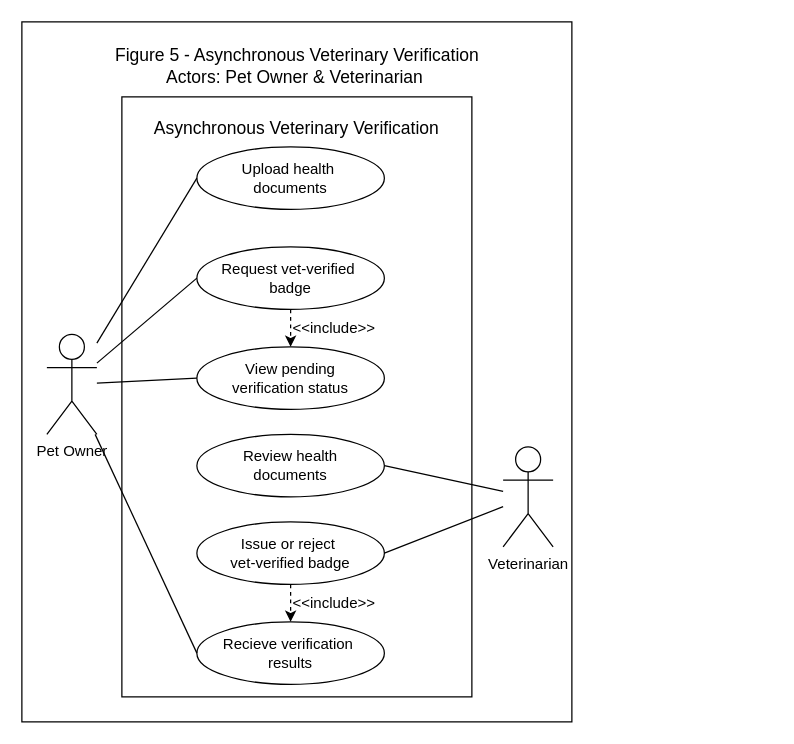
Above: page "fig-5" (5 of 10) of USE-CASE_Diagram_Franco.drawio in Chels013/Breedr-Diagrams (draw.io), before the change. Source tidied: cells renumbered, new cells numbered last; positions are measured from the earlier drawing's top-left corner, leaving out a move shared by most shapes. Both pictures are drawn from the tidied source at 125%, with x=0, y=0 at pixel (21, 21).
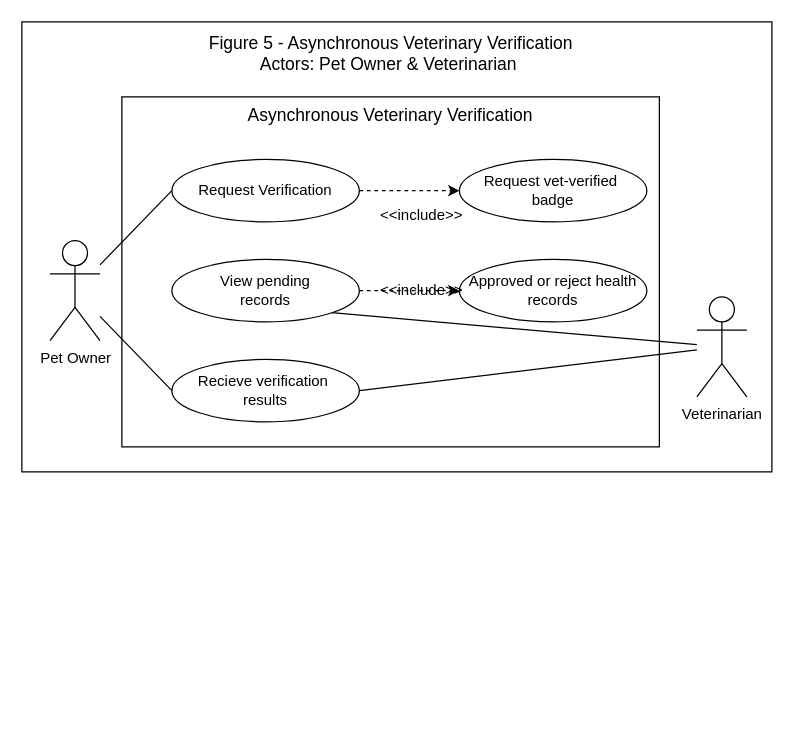
Above is the later version.

Commit message:
i revised the fig 5, Asynchronous Veterinary Verification

Diff of the diagram source:
```diff
@@
-    <mxCell id="2" style="rounded=0;whiteSpace=wrap;html=1;align=center;verticalAlign=middle;fontFamily=Helvetica;fontSize=12;fontColor=default;fillColor=none;gradientColor=none;" parent="1" vertex="1">
-      <mxGeometry width="440" height="560" as="geometry" />
+    <mxCell id="2" style="rounded=0;whiteSpace=wrap;html=1;align=center;verticalAlign=middle;fontFamily=Helvetica;fontSize=12;" parent="1" vertex="1">
+      <mxGeometry width="600" height="360" as="geometry" />
     </mxCell>
     <mxCell id="3" style="rounded=0;whiteSpace=wrap;html=1;align=center;verticalAlign=middle;fontFamily=Helvetica;fontSize=12;fontColor=default;fillColor=none;gradientColor=none;" parent="1" vertex="1">
-      <mxGeometry x="80" y="60" width="280" height="480" as="geometry" />
+      <mxGeometry x="80" y="60" width="430" height="280" as="geometry" />
     </mxCell>
     <mxCell id="4" value="Figure 5 - Asynchronous Veterinary Verification&lt;div&gt;Actors: Pet Owner &amp;amp; Veterinarian&amp;nbsp;&lt;/div&gt;" style="text;html=1;align=center;verticalAlign=middle;whiteSpace=wrap;rounded=0;fontFamily=Helvetica;fontSize=14;fontColor=default;" parent="1" vertex="1">
-      <mxGeometry x="62.5" y="20" width="315" height="30" as="geometry" />
+      <mxGeometry x="137.5" y="10" width="315" height="30" as="geometry" />
     </mxCell>
     <mxCell id="5" value="&lt;span style=&quot;color: rgb(0, 0, 0);&quot;&gt;Asynchronous Veterinary Verification&lt;/span&gt;" style="text;html=1;align=center;verticalAlign=middle;whiteSpace=wrap;rounded=0;fontFamily=Helvetica;fontSize=14;fontColor=default;" parent="1" vertex="1">
-      <mxGeometry x="100" y="70" width="240" height="30" as="geometry" />
+      <mxGeometry x="175" y="60" width="240" height="30" as="geometry" />
     </mxCell>
     <mxCell id="6" value="Pet Owner" style="shape=umlActor;verticalLabelPosition=bottom;verticalAlign=top;html=1;outlineConnect=0;rounded=0;align=center;fontFamily=Helvetica;fontSize=12;fontColor=default;fillColor=none;gradientColor=none;" parent="1" vertex="1">
-      <mxGeometry x="20" y="250" width="40" height="80" as="geometry" />
+      <mxGeometry x="22.5" y="175" width="40" height="80" as="geometry" />
     </mxCell>
     <mxCell id="7" value="Veterinarian" style="shape=umlActor;verticalLabelPosition=bottom;verticalAlign=top;html=1;outlineConnect=0;rounded=0;align=center;fontFamily=Helvetica;fontSize=12;fontColor=default;fillColor=none;gradientColor=none;" parent="1" vertex="1">
-      <mxGeometry x="385" y="340" width="40" height="80" as="geometry" />
+      <mxGeometry x="540" y="220" width="40" height="80" as="geometry" />
     </mxCell>
-    <mxCell id="8" value="Upload health&amp;nbsp;&lt;div&gt;documents&lt;/div&gt;" style="ellipse;whiteSpace=wrap;html=1;rounded=0;align=center;verticalAlign=middle;fontFamily=Helvetica;fontSize=12;fontColor=default;fillColor=none;gradientColor=none;" parent="1" vertex="1">
-      <mxGeometry x="140" y="100" width="150" height="50" as="geometry" />
+    <mxCell id="8" value="Request Verification" style="ellipse;whiteSpace=wrap;html=1;rounded=0;align=center;verticalAlign=middle;fontFamily=Helvetica;fontSize=12;fontColor=default;fillColor=none;gradientColor=none;" parent="1" vertex="1">
+      <mxGeometry x="120" y="110" width="150" height="50" as="geometry" />
     </mxCell>
     <mxCell id="9" value="Request vet-verified&amp;nbsp;&lt;div&gt;badge&lt;/div&gt;" style="ellipse;whiteSpace=wrap;html=1;rounded=0;align=center;verticalAlign=middle;fontFamily=Helvetica;fontSize=12;fontColor=default;fillColor=none;gradientColor=none;" parent="1" vertex="1">
-      <mxGeometry x="140" y="180" width="150" height="50" as="geometry" />
+      <mxGeometry x="350" y="110" width="150" height="50" as="geometry" />
     </mxCell>
-    <mxCell id="10" value="View pending&lt;div&gt;verification status&lt;/div&gt;" style="ellipse;whiteSpace=wrap;html=1;rounded=0;align=center;verticalAlign=middle;fontFamily=Helvetica;fontSize=12;fontColor=default;fillColor=none;gradientColor=none;" parent="1" vertex="1">
-      <mxGeometry x="140" y="260" width="150" height="50" as="geometry" />
+    <mxCell id="10" value="View pending&lt;div&gt;records&lt;/div&gt;" style="ellipse;whiteSpace=wrap;html=1;rounded=0;align=center;verticalAlign=middle;fontFamily=Helvetica;fontSize=12;fontColor=default;fillColor=none;gradientColor=none;" parent="1" vertex="1">
+      <mxGeometry x="120" y="190" width="150" height="50" as="geometry" />
     </mxCell>
-    <mxCell id="11" value="Review health&lt;div&gt;documents&lt;/div&gt;" style="ellipse;whiteSpace=wrap;html=1;rounded=0;align=center;verticalAlign=middle;fontFamily=Helvetica;fontSize=12;fontColor=default;fillColor=none;gradientColor=none;" parent="1" vertex="1">
-      <mxGeometry x="140" y="330" width="150" height="50" as="geometry" />
-    </mxCell>
-    <mxCell id="12" value="Issue or reject&amp;nbsp;&lt;div&gt;vet-verified badge&lt;/div&gt;" style="ellipse;whiteSpace=wrap;html=1;rounded=0;align=center;verticalAlign=middle;fontFamily=Helvetica;fontSize=12;fontColor=default;fillColor=none;gradientColor=none;" parent="1" vertex="1">
-      <mxGeometry x="140" y="400" width="150" height="50" as="geometry" />
-    </mxCell>
     <mxCell id="13" value="Recieve verification&amp;nbsp;&lt;div&gt;results&lt;/div&gt;" style="ellipse;whiteSpace=wrap;html=1;rounded=0;align=center;verticalAlign=middle;fontFamily=Helvetica;fontSize=12;fontColor=default;fillColor=none;gradientColor=none;" parent="1" vertex="1">
-      <mxGeometry x="140" y="480" width="150" height="50" as="geometry" />
+      <mxGeometry x="120" y="270" width="150" height="50" as="geometry" />
     </mxCell>
-    <mxCell id="14" style="endArrow=none;html=1;fontFamily=Helvetica;fontSize=12;fontColor=default;exitX=1;exitY=0.5;exitDx=0;exitDy=0;" parent="1" edge="1" source="11" target="7">
+    <mxCell id="14" style="endArrow=none;html=1;fontFamily=Helvetica;fontSize=12;fontColor=default;exitX=1;exitY=1;exitDx=0;exitDy=0;" parent="1" edge="1" source="10" target="7">
       <mxGeometry relative="1" as="geometry" />
     </mxCell>
-    <mxCell id="15" style="endArrow=none;html=1;fontFamily=Helvetica;fontSize=12;fontColor=default;exitX=1;exitY=0.5;exitDx=0;exitDy=0;" parent="1" edge="1" source="12" target="7">
+    <mxCell id="15" style="endArrow=none;html=1;fontFamily=Helvetica;fontSize=12;fontColor=default;exitX=1;exitY=0.5;exitDx=0;exitDy=0;" parent="1" edge="1" source="13" target="7">
       <mxGeometry relative="1" as="geometry" />
     </mxCell>
@@
-    <mxCell id="17" style="endArrow=none;html=1;fontFamily=Helvetica;fontSize=12;fontColor=default;entryX=0;entryY=0.5;entryDx=0;entryDy=0;" parent="1" edge="1" source="6" target="9">
-      <mxGeometry relative="1" as="geometry" />
-    </mxCell>
-    <mxCell id="18" style="endArrow=none;html=1;fontFamily=Helvetica;fontSize=12;fontColor=default;entryX=0;entryY=0.5;entryDx=0;entryDy=0;" parent="1" edge="1" source="6" target="10">
-      <mxGeometry relative="1" as="geometry" />
-    </mxCell>
@@
-    <mxCell id="20" style="html=1;labelBackgroundColor=#ffffff;startArrow=none;startFill=0;startSize=6;endArrow=classic;endFill=1;endSize=6;jettySize=auto;strokeWidth=1;dashed=1;fontSize=14;fontFamily=Helvetica;fontColor=default;entryX=0.5;entryY=0;entryDx=0;entryDy=0;exitX=0.5;exitY=1;exitDx=0;exitDy=0;" parent="1" edge="1" source="9" target="10">
+    <mxCell id="20" style="html=1;labelBackgroundColor=#ffffff;startArrow=none;startFill=0;startSize=6;endArrow=classic;endFill=1;endSize=6;jettySize=auto;strokeWidth=1;dashed=1;fontSize=14;fontFamily=Helvetica;fontColor=default;entryX=0;entryY=0.5;entryDx=0;entryDy=0;exitX=1;exitY=0.5;exitDx=0;exitDy=0;" parent="1" edge="1" source="8" target="9">
       <mxGeometry relative="1" as="geometry" />
     </mxCell>
-    <mxCell id="21" style="html=1;labelBackgroundColor=#ffffff;startArrow=none;startFill=0;startSize=6;endArrow=classic;endFill=1;endSize=6;jettySize=auto;strokeWidth=1;dashed=1;fontSize=14;fontFamily=Helvetica;fontColor=default;entryX=0.5;entryY=0;entryDx=0;entryDy=0;exitX=0.5;exitY=1;exitDx=0;exitDy=0;" parent="1" edge="1" source="12" target="13">
+    <mxCell id="21" style="html=1;labelBackgroundColor=#ffffff;startArrow=none;startFill=0;startSize=6;endArrow=classic;endFill=1;endSize=6;jettySize=auto;strokeWidth=1;dashed=1;fontSize=14;fontFamily=Helvetica;fontColor=default;entryX=0;entryY=0.5;entryDx=0;entryDy=0;exitX=1;exitY=0.5;exitDx=0;exitDy=0;" parent="1" edge="1" source="10" target="24">
       <mxGeometry relative="1" as="geometry" />
     </mxCell>
     <mxCell id="22" value="&amp;lt;&amp;lt;include&amp;gt;&amp;gt;" style="text;html=1;align=center;verticalAlign=middle;whiteSpace=wrap;rounded=0;fontFamily=Helvetica;fontSize=12;fontColor=default;" parent="1" vertex="1">
-      <mxGeometry x="220" y="240" width="60" height="10" as="geometry" />
+      <mxGeometry x="290" y="150" width="60" height="10" as="geometry" />
     </mxCell>
     <mxCell id="23" value="&amp;lt;&amp;lt;include&amp;gt;&amp;gt;" style="text;html=1;align=center;verticalAlign=middle;whiteSpace=wrap;rounded=0;fontFamily=Helvetica;fontSize=12;fontColor=default;" parent="1" vertex="1">
-      <mxGeometry x="220" y="460" width="60" height="10" as="geometry" />
+      <mxGeometry x="290" y="210" width="60" height="10" as="geometry" />
     </mxCell>
+    <mxCell id="24" value="Approved or reject health&lt;div&gt;records&lt;/div&gt;" style="ellipse;whiteSpace=wrap;html=1;rounded=0;align=center;verticalAlign=middle;fontFamily=Helvetica;fontSize=12;fontColor=default;fillColor=none;gradientColor=none;" parent="1" vertex="1">
+      <mxGeometry x="350" y="190" width="150" height="50" as="geometry" />
+    </mxCell>
```
